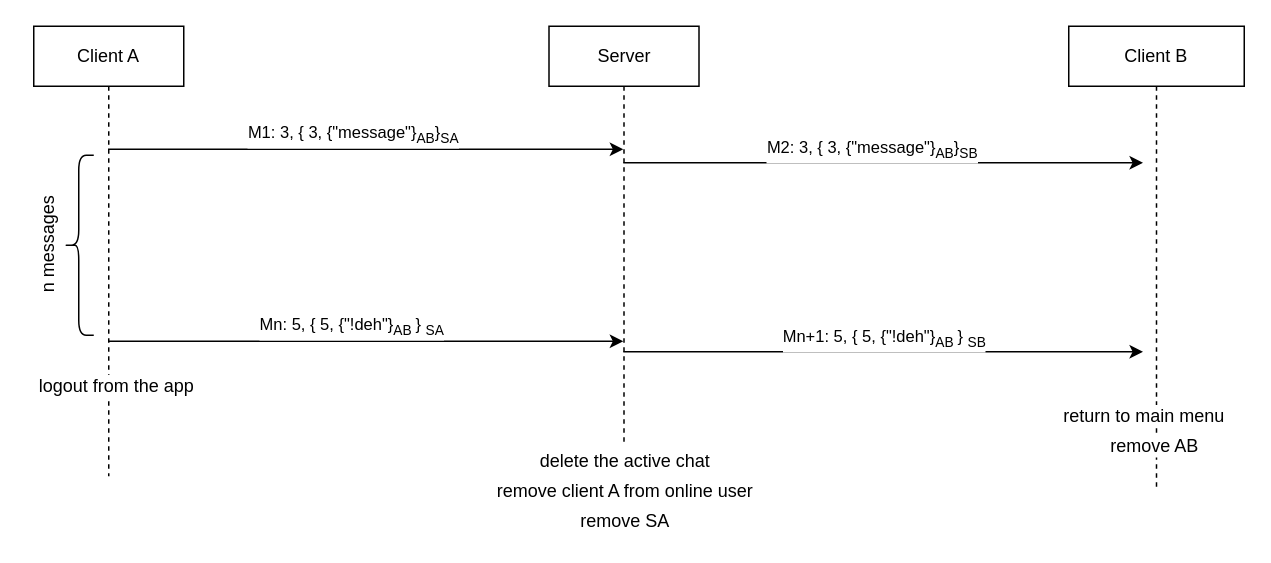
seraogianluca/secure-messaging keeps this draw.io diagram as resources/drawio/Chat.drawio. Above is the earlier version. Source tidied: cells renumbered, new cells numbered last; positions are measured from the earlier drawing's top-left corner, leaving out a move shared by most shapes. Both pictures are drawn from the tidied source at 150%, with x=0, y=0 at pixel (-12, 26).
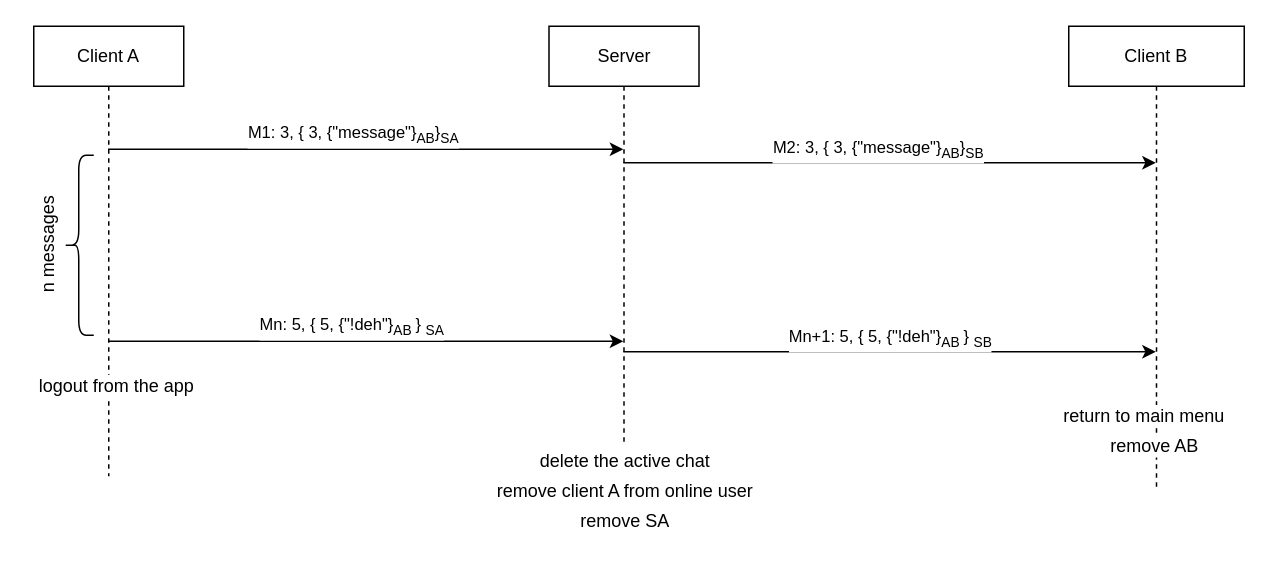
After the change.

Unchanged cells that the change refers to:
```xml
<mxCell id="4" value="Client B" style="shape=umlLifeline;perimeter=lifelinePerimeter;whiteSpace=wrap;html=1;outlineConnect=0;" parent="1" vertex="1">
  <mxGeometry x="720" width="117" height="310" as="geometry" />
</mxCell>
```

Change to the diagram source:
```diff
@@
-    <mxCell id="10" style="endArrow=classic;html=1;" parent="1" edge="1">
+    <mxCell id="10" style="endArrow=classic;html=1;" parent="1" edge="1" target="4">
       <mxGeometry relative="1" as="geometry">
         <mxPoint x="423" y="91" as="sourcePoint" />
-        <mxPoint x="769.5" y="91" as="targetPoint" />
       </mxGeometry>
     </mxCell>
@@
-    <mxCell id="12" style="endArrow=classic;html=1;" parent="1" edge="1">
+    <mxCell id="12" style="endArrow=classic;html=1;" parent="1" edge="1" target="4">
       <mxGeometry relative="1" as="geometry">
         <mxPoint x="423" y="217" as="sourcePoint" />
-        <mxPoint x="769.5" y="217" as="targetPoint" />
       </mxGeometry>
     </mxCell>
```
